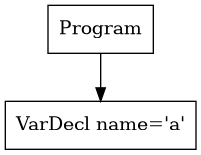
atrim11/CS432 keeps this Graphviz diagram as p2-parser/tree.png. Above is the earlier version. Its source is kept beside it as p2-parser/tree.dot.
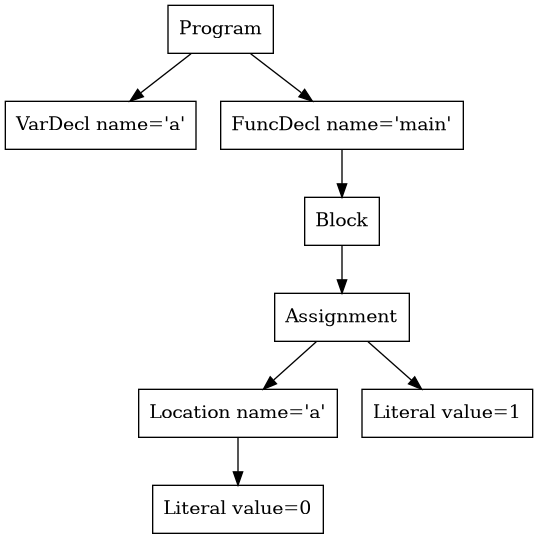
After the change.

What changed in the source:
```diff
@@ -1,5 +1,17 @@
 digraph AST {
 1 [shape=box, label="VarDecl name='a'"];
+6 [shape=box, label="Literal value=0"];
+5 [shape=box, label="Location name='a'"];
+5 -> 6;
+7 [shape=box, label="Literal value=1"];
+4 [shape=box, label="Assignment"];
+4 -> 5;
+4 -> 7;
+3 [shape=box, label="Block"];
+3 -> 4;
+2 [shape=box, label="FuncDecl name='main'"];
+2 -> 3;
 0 [shape=box, label="Program"];
 0 -> 1;
+0 -> 2;
 }
```
